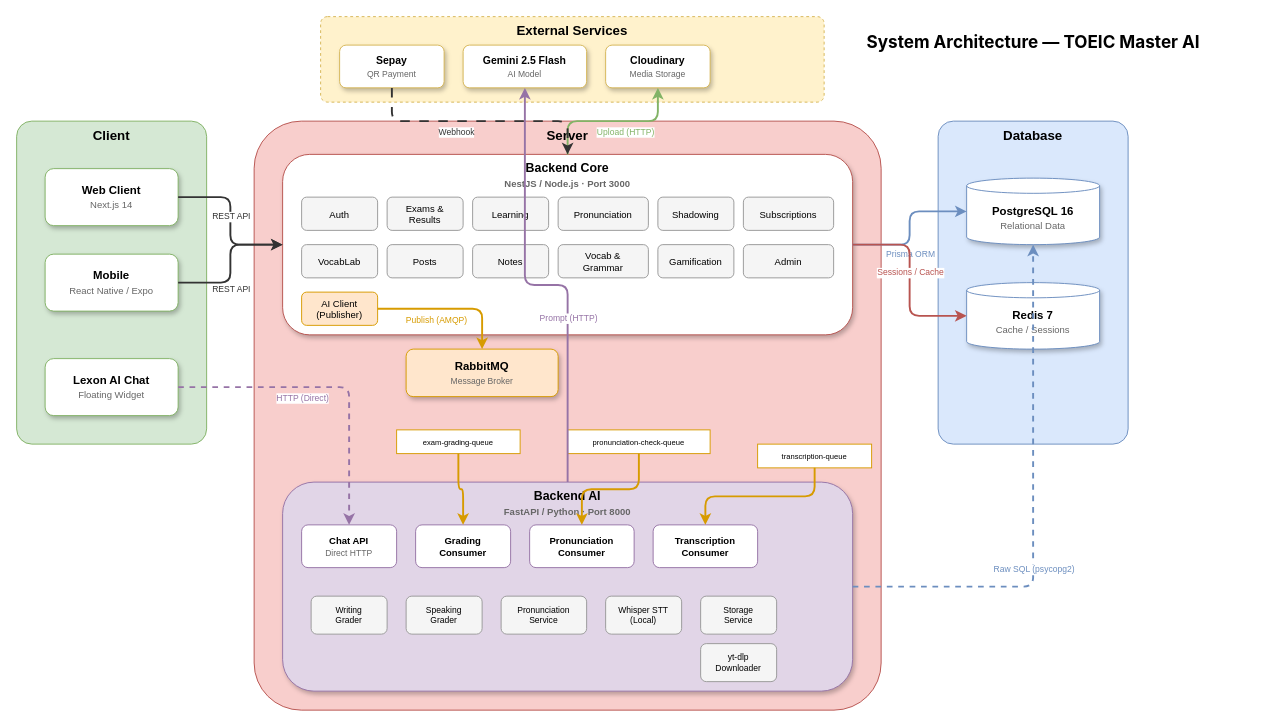
This is _thesis-paper/4. architecture-diagram/system_architecture_v2.drawio from ThanhSi1008/thesis-ielts-system, a draw.io file, before an edit. Source tidied: cells renumbered, new cells numbered last; positions are measured from the earlier drawing's top-left corner, leaving out a move shared by most shapes. Both pictures are drawn from the tidied source at 95%, with x=0, y=0 at pixel (16, 16).
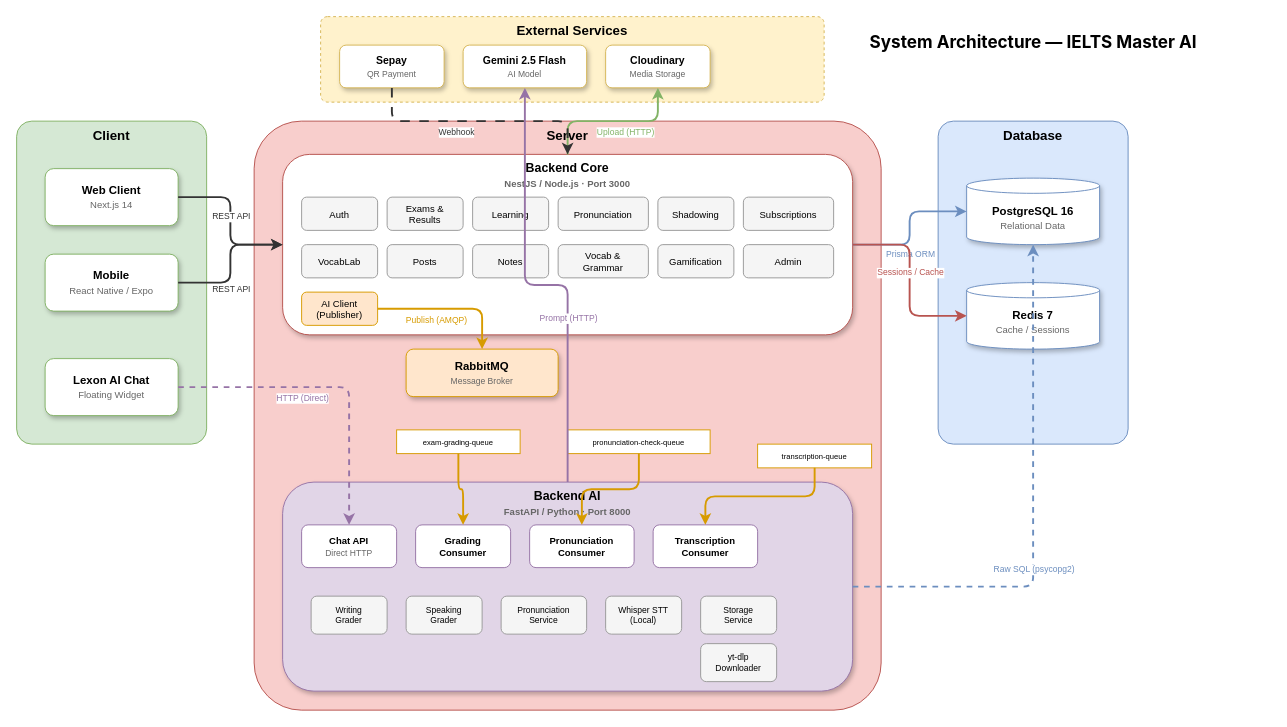
The same diagram, later.

Change to the diagram source:
```diff
@@
-    <mxCell id="2" value="&lt;b&gt;System Architecture — TOEIC Master AI&lt;/b&gt;" style="text;html=1;align=center;fontSize=18;fontFamily=Inter;" parent="1" vertex="1">
+    <mxCell id="2" value="&lt;b&gt;System Architecture — IELTS Master AI&lt;/b&gt;" style="text;html=1;align=center;fontSize=18;fontFamily=Inter;" parent="1" vertex="1">
       <mxGeometry x="820" y="10" width="500" height="30" as="geometry" />
     </mxCell>
```
